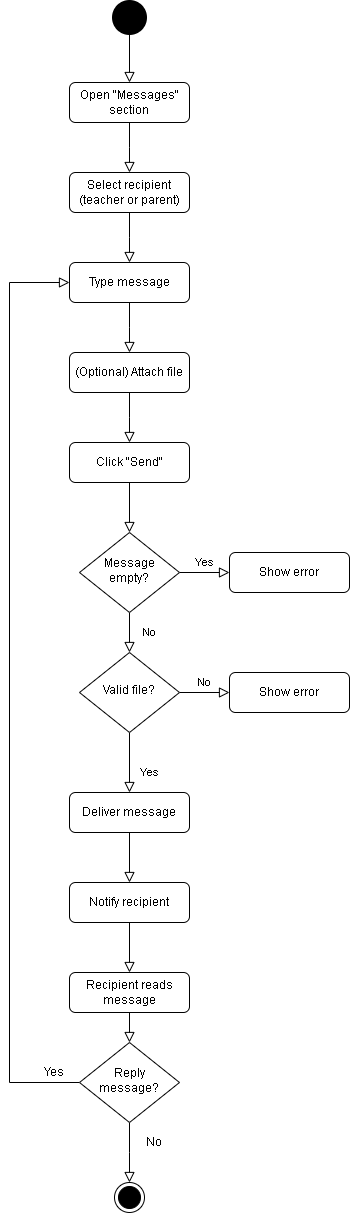
Before: Activity-diagrams/activity-diagram-messaging.drawio.png, a diagram exported from draw.io (LeandroBakollari/learning-platform). Source tidied: cells renumbered, new cells last; positions are measured from the earlier drawing's top-left corner, leaving out a move shared by most shapes.
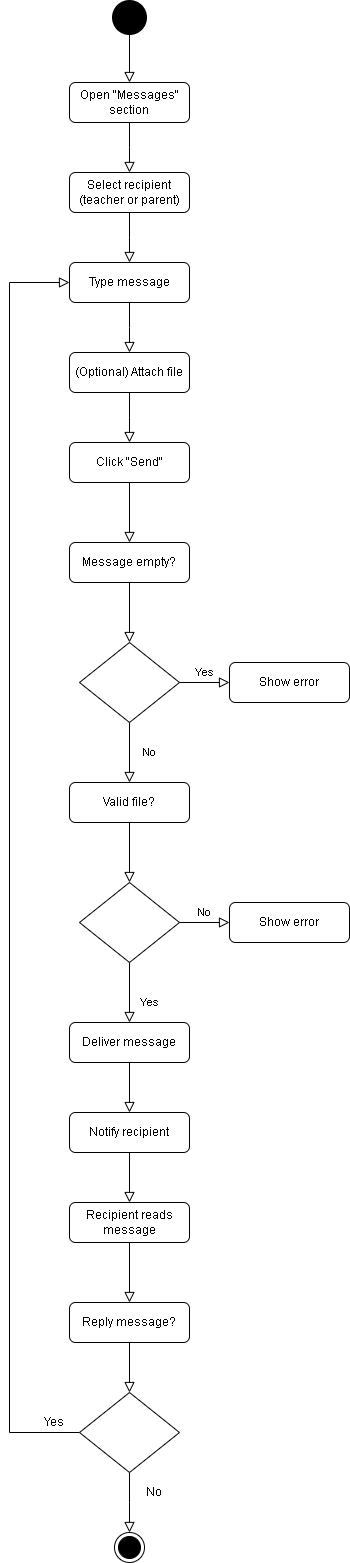
The same file after the commit.

What changed in the source:
```diff
@@ -2,23 +2,23 @@
   <root>
     <mxCell id="0" />
     <mxCell id="1" parent="0" />
-    <mxCell id="2" style="rounded=0;html=1;jettySize=auto;fontSize=11;endArrow=block;endFill=0;endSize=8;strokeWidth=1;shadow=0;labelBackgroundColor=none;edgeStyle=orthogonalEdgeStyle;" parent="1" edge="1" source="3" target="6">
+    <mxCell id="2" style="rounded=0;html=1;jettySize=auto;fontSize=11;endArrow=block;endFill=0;endSize=8;strokeWidth=1;shadow=0;labelBackgroundColor=none;edgeStyle=orthogonalEdgeStyle;" parent="1" edge="1" source="3" target="35">
       <mxGeometry relative="1" as="geometry" />
     </mxCell>
     <mxCell id="3" value="Click &quot;Send&quot;" style="rounded=1;whiteSpace=wrap;html=1;fontSize=12;glass=0;strokeWidth=1;shadow=0;" parent="1" vertex="1">
       <mxGeometry x="60" y="440" width="120" height="40" as="geometry" />
     </mxCell>
-    <mxCell id="4" value="No" style="rounded=0;html=1;jettySize=auto;fontSize=11;endArrow=block;endFill=0;endSize=8;strokeWidth=1;shadow=0;labelBackgroundColor=none;edgeStyle=orthogonalEdgeStyle;" parent="1" edge="1" source="6" target="10">
+    <mxCell id="4" value="No" style="rounded=0;html=1;jettySize=auto;fontSize=11;endArrow=block;endFill=0;endSize=8;strokeWidth=1;shadow=0;labelBackgroundColor=none;edgeStyle=orthogonalEdgeStyle;" parent="1" edge="1" source="6" target="37">
       <mxGeometry y="20" relative="1" as="geometry" />
     </mxCell>
     <mxCell id="5" value="Yes" style="edgeStyle=orthogonalEdgeStyle;rounded=0;html=1;jettySize=auto;fontSize=11;endArrow=block;endFill=0;endSize=8;strokeWidth=1;shadow=0;labelBackgroundColor=none;" parent="1" edge="1" source="6" target="7">
       <mxGeometry y="10" relative="1" as="geometry" />
     </mxCell>
-    <mxCell id="6" value="Message empty?" style="rhombus;whiteSpace=wrap;html=1;shadow=0;fontFamily=Helvetica;fontSize=12;align=center;strokeWidth=1;spacing=6;spacingTop=-4;" parent="1" vertex="1">
-      <mxGeometry x="70" y="530" width="100" height="80" as="geometry" />
+    <mxCell id="6" style="rhombus;whiteSpace=wrap;html=1;shadow=0;fontFamily=Helvetica;fontSize=12;align=center;strokeWidth=1;spacing=6;spacingTop=-4;" parent="1" vertex="1">
+      <mxGeometry x="70" y="640" width="100" height="80" as="geometry" />
     </mxCell>
     <mxCell id="7" value="Show error" style="rounded=1;whiteSpace=wrap;html=1;fontSize=12;glass=0;strokeWidth=1;shadow=0;" parent="1" vertex="1">
-      <mxGeometry x="220" y="550" width="120" height="40" as="geometry" />
+      <mxGeometry x="220" y="660" width="120" height="40" as="geometry" />
     </mxCell>
     <mxCell id="8" value="Yes" style="rounded=0;html=1;jettySize=auto;fontSize=11;endArrow=block;endFill=0;endSize=8;strokeWidth=1;shadow=0;labelBackgroundColor=none;edgeStyle=orthogonalEdgeStyle;" parent="1" edge="1" source="10" target="11">
       <mxGeometry x="0.33" y="20" relative="1" as="geometry" />
@@ -26,14 +26,14 @@
     <mxCell id="9" value="No" style="edgeStyle=orthogonalEdgeStyle;rounded=0;html=1;jettySize=auto;fontSize=11;endArrow=block;endFill=0;endSize=8;strokeWidth=1;shadow=0;labelBackgroundColor=none;" parent="1" edge="1" source="10" target="12">
       <mxGeometry y="10" relative="1" as="geometry" />
     </mxCell>
-    <mxCell id="10" value="Valid file?" style="rhombus;whiteSpace=wrap;html=1;shadow=0;fontFamily=Helvetica;fontSize=12;align=center;strokeWidth=1;spacing=6;spacingTop=-4;" parent="1" vertex="1">
-      <mxGeometry x="70" y="650" width="100" height="80" as="geometry" />
+    <mxCell id="10" style="rhombus;whiteSpace=wrap;html=1;shadow=0;fontFamily=Helvetica;fontSize=12;align=center;strokeWidth=1;spacing=6;spacingTop=-4;" parent="1" vertex="1">
+      <mxGeometry x="70" y="880" width="100" height="80" as="geometry" />
     </mxCell>
     <mxCell id="11" value="Deliver message" style="rounded=1;whiteSpace=wrap;html=1;fontSize=12;glass=0;strokeWidth=1;shadow=0;" parent="1" vertex="1">
-      <mxGeometry x="60" y="790" width="120" height="40" as="geometry" />
+      <mxGeometry x="60" y="1020" width="120" height="40" as="geometry" />
     </mxCell>
     <mxCell id="12" value="Show error" style="rounded=1;whiteSpace=wrap;html=1;fontSize=12;glass=0;strokeWidth=1;shadow=0;" parent="1" vertex="1">
-      <mxGeometry x="220" y="670" width="120" height="40" as="geometry" />
+      <mxGeometry x="220" y="900" width="120" height="40" as="geometry" />
     </mxCell>
     <mxCell id="13" style="rounded=0;html=1;jettySize=auto;fontSize=11;endArrow=block;endFill=0;endSize=8;strokeWidth=1;shadow=0;labelBackgroundColor=none;edgeStyle=orthogonalEdgeStyle;" parent="1" edge="1" source="14">
       <mxGeometry relative="1" as="geometry">
@@ -71,41 +71,41 @@
       <mxGeometry relative="1" as="geometry" />
     </mxCell>
     <mxCell id="22" value="Notify recipient" style="rounded=1;whiteSpace=wrap;html=1;fontSize=12;glass=0;strokeWidth=1;shadow=0;" parent="1" vertex="1">
-      <mxGeometry x="60" y="880" width="120" height="40" as="geometry" />
+      <mxGeometry x="60" y="1110" width="120" height="40" as="geometry" />
     </mxCell>
     <mxCell id="23" style="rounded=0;html=1;jettySize=auto;fontSize=11;endArrow=block;endFill=0;endSize=8;strokeWidth=1;shadow=0;labelBackgroundColor=none;edgeStyle=orthogonalEdgeStyle;" parent="1" edge="1" source="22" target="24">
       <mxGeometry relative="1" as="geometry" />
     </mxCell>
     <mxCell id="24" value="Recipient reads message" style="rounded=1;whiteSpace=wrap;html=1;fontSize=12;glass=0;strokeWidth=1;shadow=0;" parent="1" vertex="1">
-      <mxGeometry x="60" y="970" width="120" height="40" as="geometry" />
+      <mxGeometry x="60" y="1200" width="120" height="40" as="geometry" />
     </mxCell>
     <mxCell id="25" style="rounded=0;html=1;jettySize=auto;fontSize=11;endArrow=block;endFill=0;endSize=8;strokeWidth=1;shadow=0;labelBackgroundColor=none;edgeStyle=orthogonalEdgeStyle;" parent="1" edge="1" source="27">
       <mxGeometry y="20" relative="1" as="geometry">
-        <mxPoint x="120" y="1180" as="targetPoint" />
+        <mxPoint x="120" y="1530" as="targetPoint" />
       </mxGeometry>
     </mxCell>
     <mxCell id="26" style="edgeStyle=orthogonalEdgeStyle;rounded=0;html=1;jettySize=auto;fontSize=11;endArrow=block;endFill=0;endSize=8;strokeWidth=1;shadow=0;labelBackgroundColor=none;entryX=0;entryY=0.5;entryDx=0;entryDy=0;" parent="1" edge="1" source="27" target="16">
       <mxGeometry y="10" relative="1" as="geometry">
         <Array as="points">
-          <mxPoint y="1080" />
+          <mxPoint y="1430" />
           <mxPoint y="280" />
         </Array>
       </mxGeometry>
     </mxCell>
-    <mxCell id="27" value="Reply message?" style="rhombus;whiteSpace=wrap;html=1;shadow=0;fontFamily=Helvetica;fontSize=12;align=center;strokeWidth=1;spacing=6;spacingTop=-4;" parent="1" vertex="1">
-      <mxGeometry x="70" y="1040" width="100" height="80" as="geometry" />
+    <mxCell id="27" style="rhombus;whiteSpace=wrap;html=1;shadow=0;fontFamily=Helvetica;fontSize=12;align=center;strokeWidth=1;spacing=6;spacingTop=-4;" parent="1" vertex="1">
+      <mxGeometry x="70" y="1390" width="100" height="80" as="geometry" />
     </mxCell>
-    <mxCell id="28" style="rounded=0;html=1;jettySize=auto;fontSize=11;endArrow=block;endFill=0;endSize=8;strokeWidth=1;shadow=0;labelBackgroundColor=none;edgeStyle=orthogonalEdgeStyle;entryX=0.5;entryY=0;entryDx=0;entryDy=0;" parent="1" edge="1" source="24" target="27">
+    <mxCell id="28" style="rounded=0;html=1;jettySize=auto;fontSize=11;endArrow=block;endFill=0;endSize=8;strokeWidth=1;shadow=0;labelBackgroundColor=none;edgeStyle=orthogonalEdgeStyle;" parent="1" edge="1" source="24" target="39">
       <mxGeometry relative="1" as="geometry" />
     </mxCell>
     <mxCell id="29" value="No" style="text;html=1;align=center;verticalAlign=middle;whiteSpace=wrap;rounded=0;" parent="1" vertex="1">
-      <mxGeometry x="120" y="1130" width="50" height="20" as="geometry" />
+      <mxGeometry x="120" y="1480" width="50" height="20" as="geometry" />
     </mxCell>
     <mxCell id="30" value="Yes" style="text;html=1;align=center;verticalAlign=middle;whiteSpace=wrap;rounded=0;" parent="1" vertex="1">
-      <mxGeometry x="20" y="1060" width="50" height="20" as="geometry" />
+      <mxGeometry x="20" y="1410" width="50" height="20" as="geometry" />
     </mxCell>
     <mxCell id="31" style="ellipse;html=1;shape=endState;fillColor=#000000;strokeColor=#000000;" parent="1" vertex="1">
-      <mxGeometry x="105" y="1180" width="30" height="30" as="geometry" />
+      <mxGeometry x="105" y="1530" width="30" height="30" as="geometry" />
     </mxCell>
     <mxCell id="32" style="ellipse;html=1;shape=endState;fillColor=#000000;strokeColor=#000000;strokeWidth=5;" parent="1" vertex="1">
       <mxGeometry x="105" width="30" height="30" as="geometry" />
@@ -113,5 +113,23 @@
     <mxCell id="33" style="rounded=0;html=1;jettySize=auto;fontSize=11;endArrow=block;endFill=0;endSize=8;strokeWidth=1;shadow=0;labelBackgroundColor=none;edgeStyle=orthogonalEdgeStyle;exitX=0.5;exitY=0.8;exitDx=0;exitDy=0;exitPerimeter=0;" parent="1" edge="1" source="32" target="20">
       <mxGeometry relative="1" as="geometry" />
     </mxCell>
+    <mxCell id="34" style="rounded=0;html=1;jettySize=auto;fontSize=11;endArrow=block;endFill=0;endSize=8;strokeWidth=1;shadow=0;labelBackgroundColor=none;edgeStyle=orthogonalEdgeStyle;" parent="1" edge="1" source="35" target="6">
+      <mxGeometry relative="1" as="geometry" />
+    </mxCell>
+    <mxCell id="35" value="Message empty?" style="rounded=1;whiteSpace=wrap;html=1;fontSize=12;glass=0;strokeWidth=1;shadow=0;" parent="1" vertex="1">
+      <mxGeometry x="60" y="540" width="120" height="40" as="geometry" />
+    </mxCell>
+    <mxCell id="36" style="rounded=0;html=1;jettySize=auto;fontSize=11;endArrow=block;endFill=0;endSize=8;strokeWidth=1;shadow=0;labelBackgroundColor=none;edgeStyle=orthogonalEdgeStyle;" parent="1" edge="1" source="37" target="10">
+      <mxGeometry relative="1" as="geometry" />
+    </mxCell>
+    <mxCell id="37" value="Valid file?" style="rounded=1;whiteSpace=wrap;html=1;fontSize=12;glass=0;strokeWidth=1;shadow=0;" parent="1" vertex="1">
+      <mxGeometry x="60" y="780" width="120" height="40" as="geometry" />
+    </mxCell>
+    <mxCell id="38" style="rounded=0;html=1;jettySize=auto;fontSize=11;endArrow=block;endFill=0;endSize=8;strokeWidth=1;shadow=0;labelBackgroundColor=none;edgeStyle=orthogonalEdgeStyle;" parent="1" edge="1" source="39" target="27">
+      <mxGeometry relative="1" as="geometry" />
+    </mxCell>
+    <mxCell id="39" value="Reply message?" style="rounded=1;whiteSpace=wrap;html=1;fontSize=12;glass=0;strokeWidth=1;shadow=0;" parent="1" vertex="1">
+      <mxGeometry x="60" y="1300" width="120" height="40" as="geometry" />
+    </mxCell>
   </root>
 </mxGraphModel>
```
